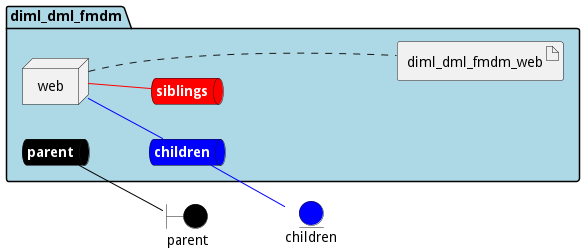
Above: docs/edgemere/diml/dml/fmdm/envs/test/deployment.png in madajaju/edgemere (PlantUML), before the change. The source it was exported from:
```plantuml
@startuml

left to right direction


boundary parent #black


entity children #blue




package "diml_dml_fmdm" #lightblue {
    queue parentnet #black [
            <b><color:white>parent</color></b>
    ]

    parentnet -[#black]- parent

    queue childrennet #blue [
            <b><color:white>children</color></b>
    ]

    childrennet -[#blue]- children

    queue siblingsnet #red [
            <b><color:white>siblings</color></b>
    ]


node "web" as webService


        artifact "diml_dml_fmdm_web" as diml_dml_fmdm_webimage

}

webService -[#blue]- childrennet

webService -[#red]- siblingsnet
webService .... diml_dml_fmdm_webimage


@enduml
```
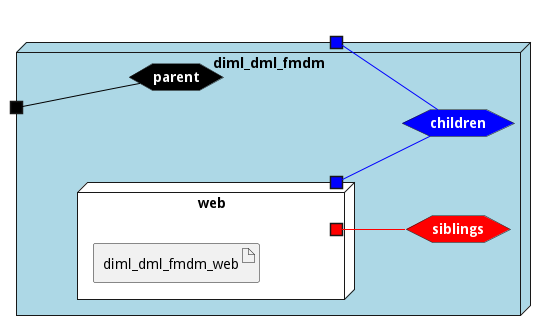
The same diagram one commit later.

Diff of the diagram source:
```diff
@@ -3,43 +3,45 @@
 left to right direction
 
 
-boundary parent #black
-
-
-entity children #blue
 
 
 
 
-package "diml_dml_fmdm" #lightblue {
-    queue parentnet #black [
+
+node "diml_dml_fmdm" #lightblue {
+
+
+    hexagon parentnet #black [
             <b><color:white>parent</color></b>
     ]
 
-    parentnet -[#black]- parent
+    portin " " as parentnetPortIn #black
+    parentnetPortIn -[#black]- parentnet
 
-    queue childrennet #blue [
+    hexagon childrennet #blue [
             <b><color:white>children</color></b>
     ]
 
-    childrennet -[#blue]- children
+    portout " " as childrennetPortOut #blue
+    childrennet -[#blue]- childrennetPortOut
 
-    queue siblingsnet #red [
+    hexagon siblingsnet #red [
             <b><color:white>siblings</color></b>
     ]
 
 
-node "web" as webService
+node "web" as webService #white {
+    portOut " " as webServicechildrennet #blue
+   webServicechildrennet -[#blue]- childrennet
+       portOut " " as webServicesiblingsnet #red
+   webServicesiblingsnet -[#red]- siblingsnet
 
 
-        artifact "diml_dml_fmdm_web" as diml_dml_fmdm_webimage
+    artifact "diml_dml_fmdm_web" as diml_dml_fmdm_webimage
 
 }
 
-webService -[#blue]- childrennet
-
-webService -[#red]- siblingsnet
-webService .... diml_dml_fmdm_webimage
+}
 
 
 @enduml
```
